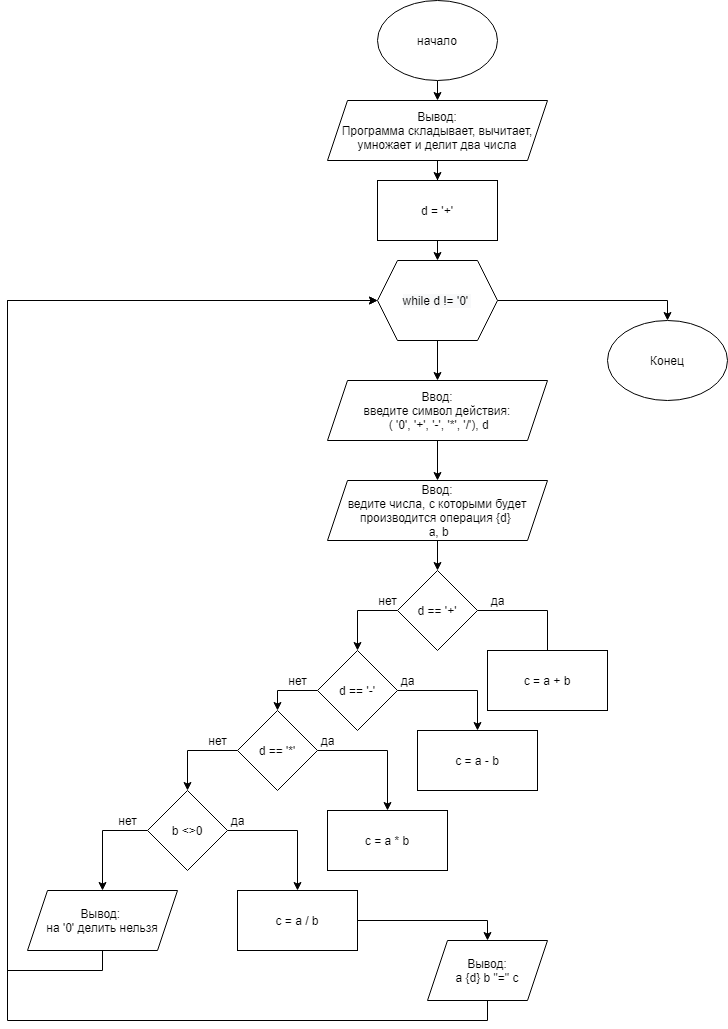
Above: lesson_2/Lesson2_Diagram.png in Fawe0000/Algoritms_for_Python (draw.io), before the change. Source tidied: cells renumbered, new cells last; positions are measured from the earlier drawing's top-left corner, leaving out a move shared by most shapes.
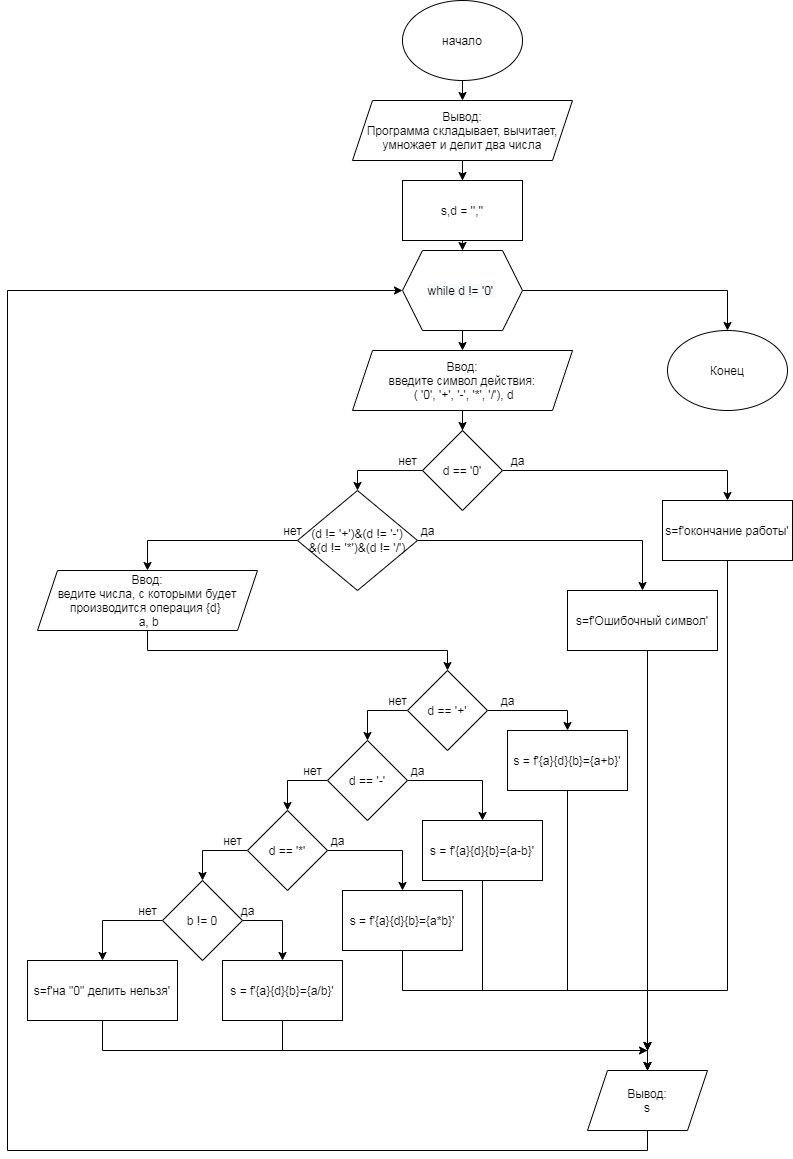
Above is the later version.

Commit message:
Обновление диаграмм Lesson2_Diagram.png

The edit, as a diff of the source:
```diff
@@ -6,19 +6,19 @@
       <mxGeometry relative="1" as="geometry" />
     </mxCell>
     <mxCell id="3" value="начало" style="ellipse;whiteSpace=wrap;html=1;" parent="1" vertex="1">
-      <mxGeometry x="370" width="120" height="80" as="geometry" />
+      <mxGeometry x="335" y="-10" width="120" height="80" as="geometry" />
     </mxCell>
     <mxCell id="4" style="edgeStyle=orthogonalEdgeStyle;rounded=0;jettySize=auto;html=1;exitX=0.5;exitY=1;exitDx=0;exitDy=0;" parent="1" edge="1" source="5" target="17">
       <mxGeometry relative="1" as="geometry" />
     </mxCell>
     <mxCell id="5" value="Вывод:&lt;br&gt;Программа складывает, вычитает, умножает и делит два числа" style="shape=parallelogram;perimeter=parallelogramPerimeter;whiteSpace=wrap;html=1;fixedSize=1;" parent="1" vertex="1">
-      <mxGeometry x="320" y="100" width="220" height="60" as="geometry" />
+      <mxGeometry x="285" y="90" width="220" height="60" as="geometry" />
     </mxCell>
-    <mxCell id="6" style="edgeStyle=orthogonalEdgeStyle;rounded=0;jettySize=auto;html=1;exitX=0.5;exitY=1;exitDx=0;exitDy=0;" parent="1" edge="1" source="7" target="10">
-      <mxGeometry relative="1" as="geometry" />
-    </mxCell>
+    <mxCell id="45" style="edgeStyle=orthogonalEdgeStyle;rounded=0;jettySize=auto;html=1;" parent="1" edge="1" source="7" target="55">
+      <mxGeometry relative="1" as="geometry" />
+    </mxCell>
     <mxCell id="7" value="Ввод:&lt;br&gt;введите символ действия:&lt;br&gt;&amp;nbsp;(&amp;nbsp;'0', '+', '-', '*', '/'), d" style="shape=parallelogram;perimeter=parallelogramPerimeter;whiteSpace=wrap;html=1;fixedSize=1;" parent="1" vertex="1">
-      <mxGeometry x="320" y="380" width="220" height="60" as="geometry" />
+      <mxGeometry x="285" y="340" width="220" height="60" as="geometry" />
     </mxCell>
     <mxCell id="8" style="edgeStyle=orthogonalEdgeStyle;rounded=0;jettySize=auto;html=1;exitX=0.5;exitY=1;exitDx=0;exitDy=0;entryX=0.5;entryY=0;entryDx=0;entryDy=0;" parent="1" edge="1" source="15" target="7">
       <mxGeometry relative="1" as="geometry" />
@@ -27,33 +27,40 @@
       <mxGeometry relative="1" as="geometry" />
     </mxCell>
     <mxCell id="10" value="Ввод:&lt;br&gt;ведите числа, с которыми будет производится операция {d}&amp;nbsp;&lt;br&gt;&amp;nbsp;a, b" style="shape=parallelogram;perimeter=parallelogramPerimeter;whiteSpace=wrap;html=1;fixedSize=1;" parent="1" vertex="1">
-      <mxGeometry x="320" y="480" width="220" height="60" as="geometry" />
+      <mxGeometry x="-30" y="560" width="220" height="60" as="geometry" />
     </mxCell>
-    <mxCell id="11" style="edgeStyle=orthogonalEdgeStyle;rounded=0;jettySize=auto;html=1;exitX=1;exitY=0.5;exitDx=0;exitDy=0;" parent="1" edge="1" source="13">
-      <mxGeometry relative="1" as="geometry">
-        <mxPoint x="540" y="660" as="targetPoint" />
-      </mxGeometry>
+    <mxCell id="11" style="edgeStyle=orthogonalEdgeStyle;rounded=0;jettySize=auto;html=1;exitX=1;exitY=0.5;exitDx=0;exitDy=0;entryX=0.5;entryY=0;entryDx=0;entryDy=0;" parent="1" edge="1" source="13" target="18">
+      <mxGeometry relative="1" as="geometry" />
     </mxCell>
     <mxCell id="12" style="edgeStyle=orthogonalEdgeStyle;rounded=0;jettySize=auto;html=1;exitX=0;exitY=0.5;exitDx=0;exitDy=0;entryX=0.5;entryY=0;entryDx=0;entryDy=0;" parent="1" edge="1" source="13" target="21">
       <mxGeometry relative="1" as="geometry" />
     </mxCell>
     <mxCell id="13" value="d == '+'" style="rhombus;whiteSpace=wrap;html=1;" parent="1" vertex="1">
-      <mxGeometry x="390" y="570" width="80" height="80" as="geometry" />
+      <mxGeometry x="340" y="660" width="80" height="80" as="geometry" />
     </mxCell>
     <mxCell id="14" style="edgeStyle=orthogonalEdgeStyle;rounded=0;jettySize=auto;html=1;exitX=1;exitY=0.5;exitDx=0;exitDy=0;entryX=0.5;entryY=0;entryDx=0;entryDy=0;" parent="1" edge="1" source="15" target="36">
       <mxGeometry relative="1" as="geometry" />
     </mxCell>
     <mxCell id="15" value="&lt;span style=&quot;color: rgb(0 , 0 , 0) ; font-family: &amp;#34;helvetica&amp;#34; ; font-size: 12px ; font-style: normal ; font-weight: 400 ; letter-spacing: normal ; text-align: center ; text-indent: 0px ; text-transform: none ; word-spacing: 0px ; background-color: rgb(248 , 249 , 250) ; display: inline ; float: none&quot;&gt;while&amp;nbsp;&lt;/span&gt;&lt;span style=&quot;color: rgb(0 , 0 , 0) ; font-family: &amp;#34;helvetica&amp;#34; ; font-size: 12px ; font-style: normal ; font-weight: 400 ; letter-spacing: normal ; text-align: center ; text-indent: 0px ; text-transform: none ; word-spacing: 0px ; background-color: rgb(248 , 249 , 250) ; display: inline ; float: none&quot;&gt;d != '0'&amp;nbsp;&lt;/span&gt;" style="shape=hexagon;perimeter=hexagonPerimeter2;whiteSpace=wrap;html=1;fixedSize=1;" parent="1" vertex="1">
-      <mxGeometry x="370" y="260" width="120" height="80" as="geometry" />
+      <mxGeometry x="335" y="240" width="120" height="80" as="geometry" />
     </mxCell>
     <mxCell id="16" style="edgeStyle=orthogonalEdgeStyle;rounded=0;jettySize=auto;html=1;exitX=0.5;exitY=1;exitDx=0;exitDy=0;entryX=0.5;entryY=0;entryDx=0;entryDy=0;" parent="1" edge="1" source="17" target="15">
       <mxGeometry relative="1" as="geometry" />
     </mxCell>
-    <mxCell id="17" value="d = '+'" style="whiteSpace=wrap;html=1;" parent="1" vertex="1">
-      <mxGeometry x="370" y="180" width="120" height="60" as="geometry" />
+    <mxCell id="17" value="s,d = '',''" style="whiteSpace=wrap;html=1;" parent="1" vertex="1">
+      <mxGeometry x="335" y="170" width="120" height="60" as="geometry" />
     </mxCell>
+    <mxCell id="46" style="edgeStyle=orthogonalEdgeStyle;rounded=0;jettySize=auto;html=1;exitX=0.5;exitY=1;exitDx=0;exitDy=0;" parent="1" edge="1" source="18">
+      <mxGeometry relative="1" as="geometry">
+        <mxPoint x="580" y="1040" as="targetPoint" />
+        <Array as="points">
+          <mxPoint x="500" y="980" />
+          <mxPoint x="580" y="980" />
+        </Array>
+      </mxGeometry>
+    </mxCell>
-    <mxCell id="18" value="с = a + b" style="whiteSpace=wrap;html=1;" parent="1" vertex="1">
-      <mxGeometry x="480" y="650" width="120" height="60" as="geometry" />
+    <mxCell id="18" value="s = f'{a}{d}{b}={a+b}'" style="whiteSpace=wrap;html=1;" parent="1" vertex="1">
+      <mxGeometry x="440" y="720" width="120" height="60" as="geometry" />
     </mxCell>
     <mxCell id="19" style="edgeStyle=orthogonalEdgeStyle;rounded=0;jettySize=auto;html=1;exitX=1;exitY=0.5;exitDx=0;exitDy=0;entryX=0.5;entryY=0;entryDx=0;entryDy=0;" parent="1" edge="1" source="21" target="22">
       <mxGeometry relative="1" as="geometry" />
@@ -62,88 +69,165 @@
       <mxGeometry relative="1" as="geometry" />
     </mxCell>
     <mxCell id="21" value="d == '-'" style="rhombus;whiteSpace=wrap;html=1;" parent="1" vertex="1">
-      <mxGeometry x="310" y="650" width="80" height="80" as="geometry" />
+      <mxGeometry x="260" y="730" width="80" height="80" as="geometry" />
     </mxCell>
+    <mxCell id="47" style="edgeStyle=orthogonalEdgeStyle;rounded=0;jettySize=auto;html=1;" parent="1" edge="1" source="22">
+      <mxGeometry relative="1" as="geometry">
+        <mxPoint x="580" y="1040" as="targetPoint" />
+        <Array as="points">
+          <mxPoint x="415" y="980" />
+          <mxPoint x="580" y="980" />
+        </Array>
+      </mxGeometry>
+    </mxCell>
-    <mxCell id="22" value="с = a - b" style="whiteSpace=wrap;html=1;" parent="1" vertex="1">
-      <mxGeometry x="410" y="730" width="120" height="60" as="geometry" />
+    <mxCell id="22" value="s = f'{a}{d}{b}={a-b}'" style="whiteSpace=wrap;html=1;" parent="1" vertex="1">
+      <mxGeometry x="355" y="810" width="120" height="60" as="geometry" />
     </mxCell>
     <mxCell id="23" style="edgeStyle=orthogonalEdgeStyle;rounded=0;jettySize=auto;html=1;exitX=1;exitY=0.5;exitDx=0;exitDy=0;entryX=0.5;entryY=0;entryDx=0;entryDy=0;" parent="1" edge="1" source="25" target="26">
       <mxGeometry relative="1" as="geometry" />
     </mxCell>
-    <mxCell id="24" style="edgeStyle=orthogonalEdgeStyle;rounded=0;jettySize=auto;html=1;exitX=0;exitY=0.5;exitDx=0;exitDy=0;entryX=0.5;entryY=0;entryDx=0;entryDy=0;" parent="1" edge="1" source="25" target="29">
+    <mxCell id="24" style="edgeStyle=orthogonalEdgeStyle;rounded=0;jettySize=auto;html=1;entryX=0.5;entryY=0;entryDx=0;entryDy=0;" parent="1" edge="1" source="25" target="29">
       <mxGeometry relative="1" as="geometry" />
     </mxCell>
     <mxCell id="25" value="d == '*'" style="rhombus;whiteSpace=wrap;html=1;" parent="1" vertex="1">
-      <mxGeometry x="230" y="710" width="80" height="80" as="geometry" />
+      <mxGeometry x="180" y="800" width="80" height="80" as="geometry" />
     </mxCell>
+    <mxCell id="48" style="edgeStyle=orthogonalEdgeStyle;rounded=0;jettySize=auto;html=1;" parent="1" edge="1" source="26">
+      <mxGeometry relative="1" as="geometry">
+        <mxPoint x="580" y="1040" as="targetPoint" />
+        <Array as="points">
+          <mxPoint x="335" y="980" />
+          <mxPoint x="580" y="980" />
+        </Array>
+      </mxGeometry>
+    </mxCell>
-    <mxCell id="26" value="с = a * b" style="whiteSpace=wrap;html=1;" parent="1" vertex="1">
-      <mxGeometry x="320" y="810" width="120" height="60" as="geometry" />
+    <mxCell id="26" value="s = f'{a}{d}{b}={a*b}'" style="whiteSpace=wrap;html=1;" parent="1" vertex="1">
+      <mxGeometry x="275" y="880" width="120" height="60" as="geometry" />
     </mxCell>
     <mxCell id="27" style="edgeStyle=orthogonalEdgeStyle;rounded=0;jettySize=auto;html=1;exitX=1;exitY=0.5;exitDx=0;exitDy=0;entryX=0.5;entryY=0;entryDx=0;entryDy=0;" parent="1" edge="1" source="29" target="31">
       <mxGeometry relative="1" as="geometry" />
     </mxCell>
-    <mxCell id="28" style="edgeStyle=orthogonalEdgeStyle;rounded=0;jettySize=auto;html=1;exitX=0;exitY=0.5;exitDx=0;exitDy=0;entryX=0.5;entryY=0;entryDx=0;entryDy=0;" parent="1" edge="1" source="29" target="33">
-      <mxGeometry relative="1" as="geometry" />
+    <mxCell id="28" style="edgeStyle=orthogonalEdgeStyle;rounded=0;jettySize=auto;html=1;entryX=0.5;entryY=0;entryDx=0;entryDy=0;" parent="1" edge="1" source="29" target="33">
+      <mxGeometry relative="1" as="geometry">
+        <Array as="points">
+          <mxPoint x="35" y="910" />
+        </Array>
+      </mxGeometry>
     </mxCell>
-    <mxCell id="29" value="b &amp;lt;&amp;gt;0" style="rhombus;whiteSpace=wrap;html=1;" parent="1" vertex="1">
-      <mxGeometry x="140" y="790" width="80" height="80" as="geometry" />
+    <mxCell id="29" value="b != 0" style="rhombus;whiteSpace=wrap;html=1;" parent="1" vertex="1">
+      <mxGeometry x="95" y="870" width="80" height="80" as="geometry" />
     </mxCell>
-    <mxCell id="30" style="edgeStyle=orthogonalEdgeStyle;rounded=0;jettySize=auto;html=1;exitX=1;exitY=0.5;exitDx=0;exitDy=0;entryX=0.5;entryY=0;entryDx=0;entryDy=0;" parent="1" edge="1" source="31" target="35">
-      <mxGeometry relative="1" as="geometry" />
-    </mxCell>
+    <mxCell id="49" style="edgeStyle=orthogonalEdgeStyle;rounded=0;jettySize=auto;html=1;" parent="1" edge="1" source="31">
+      <mxGeometry relative="1" as="geometry">
+        <mxPoint x="580" y="1040" as="targetPoint" />
+        <Array as="points">
+          <mxPoint x="215" y="1040" />
+        </Array>
+      </mxGeometry>
+    </mxCell>
-    <mxCell id="31" value="с = a / b" style="whiteSpace=wrap;html=1;" parent="1" vertex="1">
-      <mxGeometry x="230" y="890" width="120" height="60" as="geometry" />
+    <mxCell id="31" value="s = f'{a}{d}{b}={a/b}'" style="whiteSpace=wrap;html=1;" parent="1" vertex="1">
+      <mxGeometry x="155" y="950" width="120" height="60" as="geometry" />
     </mxCell>
-    <mxCell id="32" style="edgeStyle=orthogonalEdgeStyle;rounded=0;jettySize=auto;html=1;exitX=0.5;exitY=1;exitDx=0;exitDy=0;entryX=0;entryY=0.5;entryDx=0;entryDy=0;" parent="1" edge="1" source="33" target="15">
-      <mxGeometry relative="1" as="geometry">
-        <Array as="points">
-          <mxPoint x="95" y="970" />
-          <mxPoint y="970" />
-          <mxPoint y="300" />
-        </Array>
-      </mxGeometry>
-    </mxCell>
+    <mxCell id="50" style="edgeStyle=orthogonalEdgeStyle;rounded=0;jettySize=auto;html=1;entryX=0.5;entryY=0;entryDx=0;entryDy=0;" parent="1" edge="1" source="33" target="35">
+      <mxGeometry relative="1" as="geometry">
+        <Array as="points">
+          <mxPoint x="35" y="1040" />
+          <mxPoint x="580" y="1040" />
+        </Array>
+      </mxGeometry>
+    </mxCell>
-    <mxCell id="33" value="Вывод: &lt;br&gt;на '0' делить нельзя" style="shape=parallelogram;perimeter=parallelogramPerimeter;whiteSpace=wrap;html=1;fixedSize=1;" parent="1" vertex="1">
-      <mxGeometry x="20" y="890" width="150" height="60" as="geometry" />
+    <mxCell id="33" value="s=f'на &quot;0&quot; делить нельзя'" style="shape=parallelogram;perimeter=parallelogramPerimeter;whiteSpace=wrap;html=1;fixedSize=1;size=0;" parent="1" vertex="1">
+      <mxGeometry x="-40" y="950" width="150" height="60" as="geometry" />
     </mxCell>
-    <mxCell id="34" style="edgeStyle=orthogonalEdgeStyle;rounded=0;jettySize=auto;html=1;exitX=0.5;exitY=1;exitDx=0;exitDy=0;entryX=0;entryY=0.5;entryDx=0;entryDy=0;" parent="1" edge="1" source="35" target="15">
+    <mxCell id="34" style="edgeStyle=orthogonalEdgeStyle;rounded=0;jettySize=auto;html=1;entryX=0;entryY=0.5;entryDx=0;entryDy=0;" parent="1" edge="1" source="35" target="15">
       <mxGeometry relative="1" as="geometry">
         <Array as="points">
-          <mxPoint x="480" y="1020" />
-          <mxPoint y="1020" />
-          <mxPoint y="300" />
+          <mxPoint x="580" y="1140" />
+          <mxPoint x="-60" y="1140" />
+          <mxPoint x="-60" y="280" />
         </Array>
       </mxGeometry>
     </mxCell>
-    <mxCell id="35" value="Вывод:&lt;br&gt;а {d} b &quot;=&quot; c" style="shape=parallelogram;perimeter=parallelogramPerimeter;whiteSpace=wrap;html=1;fixedSize=1;" parent="1" vertex="1">
-      <mxGeometry x="420" y="940" width="120" height="60" as="geometry" />
+    <mxCell id="35" value="Вывод:&lt;br&gt;s" style="shape=parallelogram;perimeter=parallelogramPerimeter;whiteSpace=wrap;html=1;fixedSize=1;" parent="1" vertex="1">
+      <mxGeometry x="520" y="1060" width="120" height="60" as="geometry" />
     </mxCell>
     <mxCell id="36" value="Конец" style="ellipse;whiteSpace=wrap;html=1;" parent="1" vertex="1">
       <mxGeometry x="600" y="320" width="120" height="80" as="geometry" />
     </mxCell>
     <mxCell id="37" value="да" style="text;html=1;align=center;verticalAlign=middle;" parent="1" vertex="1">
-      <mxGeometry x="475" y="590" width="30" height="20" as="geometry" />
+      <mxGeometry x="425" y="680" width="30" height="20" as="geometry" />
     </mxCell>
     <mxCell id="38" value="да" style="text;html=1;align=center;verticalAlign=middle;" parent="1" vertex="1">
-      <mxGeometry x="385" y="670" width="30" height="20" as="geometry" />
+      <mxGeometry x="335" y="750" width="30" height="20" as="geometry" />
     </mxCell>
     <mxCell id="39" value="да" style="text;html=1;align=center;verticalAlign=middle;" parent="1" vertex="1">
-      <mxGeometry x="305" y="730" width="30" height="20" as="geometry" />
+      <mxGeometry x="255" y="820" width="30" height="20" as="geometry" />
     </mxCell>
     <mxCell id="40" value="да" style="text;html=1;align=center;verticalAlign=middle;" parent="1" vertex="1">
-      <mxGeometry x="215" y="810" width="30" height="20" as="geometry" />
+      <mxGeometry x="345" y="510" width="30" height="20" as="geometry" />
     </mxCell>
     <mxCell id="41" value="нет" style="text;html=1;align=center;verticalAlign=middle;" parent="1" vertex="1">
-      <mxGeometry x="365" y="590" width="30" height="20" as="geometry" />
+      <mxGeometry x="315" y="680" width="30" height="20" as="geometry" />
     </mxCell>
     <mxCell id="42" value="нет" style="text;html=1;align=center;verticalAlign=middle;" parent="1" vertex="1">
-      <mxGeometry x="275" y="670" width="30" height="20" as="geometry" />
+      <mxGeometry x="230" y="750" width="30" height="20" as="geometry" />
     </mxCell>
     <mxCell id="43" value="нет" style="text;html=1;align=center;verticalAlign=middle;" parent="1" vertex="1">
-      <mxGeometry x="195" y="730" width="30" height="20" as="geometry" />
+      <mxGeometry x="150" y="820" width="30" height="20" as="geometry" />
     </mxCell>
     <mxCell id="44" value="нет" style="text;html=1;align=center;verticalAlign=middle;" parent="1" vertex="1">
-      <mxGeometry x="105" y="810" width="30" height="20" as="geometry" />
+      <mxGeometry x="210" y="510" width="30" height="20" as="geometry" />
     </mxCell>
+    <mxCell id="51" style="edgeStyle=orthogonalEdgeStyle;rounded=0;jettySize=auto;html=1;exitX=0.5;exitY=1;exitDx=0;exitDy=0;" parent="1" edge="1" source="52" target="35">
+      <mxGeometry relative="1" as="geometry">
+        <Array as="points">
+          <mxPoint x="580" y="640" />
+        </Array>
+      </mxGeometry>
+    </mxCell>
+    <mxCell id="52" value="s=f'Ошибочный символ'" style="shape=parallelogram;perimeter=parallelogramPerimeter;whiteSpace=wrap;html=1;fixedSize=1;size=0;" parent="1" vertex="1">
+      <mxGeometry x="500" y="580" width="150" height="60" as="geometry" />
+    </mxCell>
+    <mxCell id="53" style="edgeStyle=orthogonalEdgeStyle;rounded=0;jettySize=auto;html=1;entryX=0.5;entryY=0;entryDx=0;entryDy=0;" parent="1" edge="1" source="55" target="57">
+      <mxGeometry relative="1" as="geometry" />
+    </mxCell>
+    <mxCell id="54" style="edgeStyle=orthogonalEdgeStyle;rounded=0;jettySize=auto;html=1;entryX=0.5;entryY=0;entryDx=0;entryDy=0;" parent="1" edge="1" source="55" target="60">
+      <mxGeometry relative="1" as="geometry" />
+    </mxCell>
+    <mxCell id="55" value="d == '0'" style="rhombus;whiteSpace=wrap;html=1;" parent="1" vertex="1">
+      <mxGeometry x="355" y="420" width="80" height="80" as="geometry" />
+    </mxCell>
+    <mxCell id="56" style="edgeStyle=orthogonalEdgeStyle;rounded=0;jettySize=auto;html=1;" parent="1" edge="1" source="57" target="35">
+      <mxGeometry relative="1" as="geometry">
+        <Array as="points">
+          <mxPoint x="660" y="980" />
+          <mxPoint x="580" y="980" />
+        </Array>
+      </mxGeometry>
+    </mxCell>
+    <mxCell id="57" value="s=f'окончание работы'" style="shape=parallelogram;perimeter=parallelogramPerimeter;whiteSpace=wrap;html=1;fixedSize=1;size=0;" parent="1" vertex="1">
+      <mxGeometry x="595" y="490" width="130" height="60" as="geometry" />
+    </mxCell>
+    <mxCell id="58" style="edgeStyle=orthogonalEdgeStyle;rounded=0;jettySize=auto;html=1;entryX=0.5;entryY=0;entryDx=0;entryDy=0;" parent="1" edge="1" source="60" target="52">
+      <mxGeometry relative="1" as="geometry" />
+    </mxCell>
+    <mxCell id="59" style="edgeStyle=orthogonalEdgeStyle;rounded=0;jettySize=auto;html=1;entryX=0.5;entryY=0;entryDx=0;entryDy=0;exitX=0;exitY=0.5;exitDx=0;exitDy=0;" parent="1" edge="1" source="60" target="10">
+      <mxGeometry relative="1" as="geometry" />
+    </mxCell>
+    <mxCell id="60" value="&lt;div&gt;(d != '+')&amp;amp;(d != '-')&lt;/div&gt;&lt;div&gt;&amp;amp;(d != '*')&amp;amp;(d != '/')&lt;/div&gt;" style="rhombus;whiteSpace=wrap;html=1;" parent="1" vertex="1">
+      <mxGeometry x="230" y="480" width="120" height="100" as="geometry" />
+    </mxCell>
+    <mxCell id="61" value="да" style="text;html=1;align=center;verticalAlign=middle;" parent="1" vertex="1">
+      <mxGeometry x="165" y="890" width="30" height="20" as="geometry" />
+    </mxCell>
+    <mxCell id="62" value="нет" style="text;html=1;align=center;verticalAlign=middle;" parent="1" vertex="1">
+      <mxGeometry x="65" y="890" width="30" height="20" as="geometry" />
+    </mxCell>
+    <mxCell id="63" value="нет" style="text;html=1;align=center;verticalAlign=middle;" parent="1" vertex="1">
+      <mxGeometry x="325" y="440" width="30" height="20" as="geometry" />
+    </mxCell>
+    <mxCell id="64" value="да" style="text;html=1;align=center;verticalAlign=middle;" parent="1" vertex="1">
+      <mxGeometry x="435" y="440" width="30" height="20" as="geometry" />
+    </mxCell>
   </root>
 </mxGraphModel>
```
